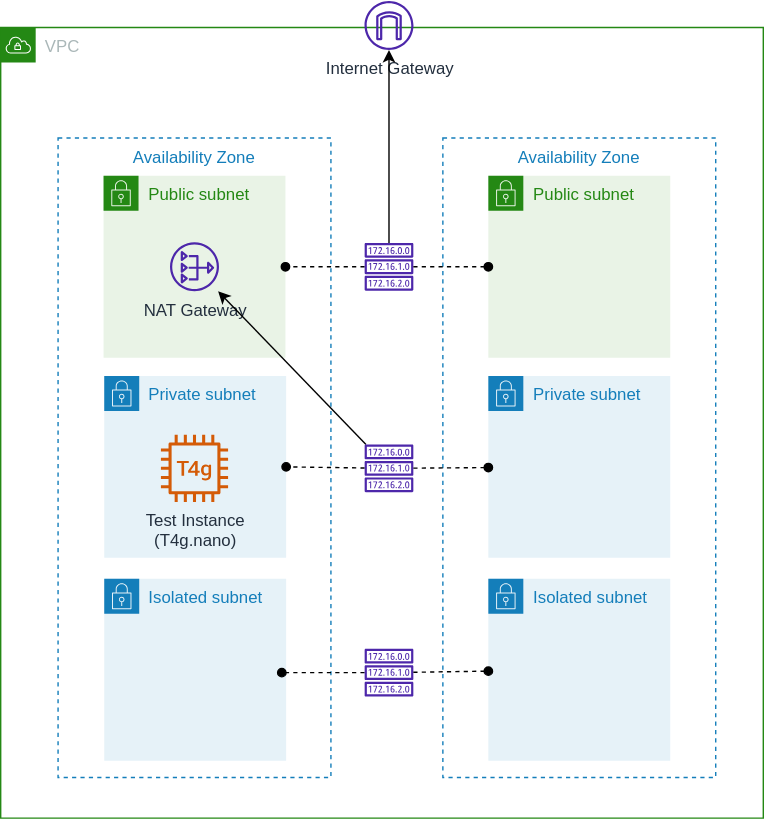
Before: usecases/vpc-with-natgw/overview.drawio.svg, a diagram exported from draw.io (ishiharatma/aws-cdk-cdp). Source tidied: cells renumbered, new cells last; positions are measured from the earlier drawing's top-left corner, leaving out a move shared by most shapes.
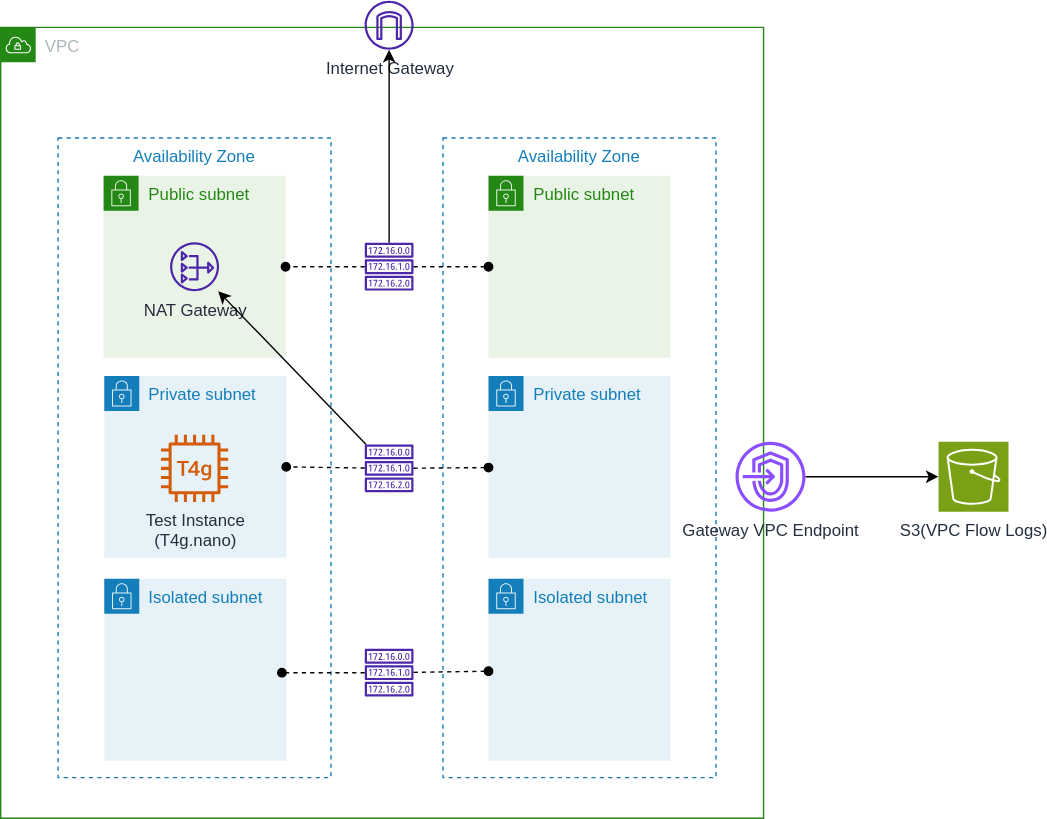
The same diagram one commit later.

Diff of the diagram source:
```diff
@@ -71,5 +71,14 @@
     <mxCell id="24" style="edgeStyle=none;html=1;strokeColor=#000000;startArrow=none;startFill=0;endArrow=classic;endFill=1;" parent="1" edge="1" source="11" target="23">
       <mxGeometry relative="1" as="geometry" />
     </mxCell>
+    <mxCell id="25" value="Gateway VPC Endpoint" style="sketch=0;outlineConnect=0;fontColor=#232F3E;gradientColor=none;fillColor=#8C4FFF;strokeColor=none;dashed=0;verticalLabelPosition=bottom;verticalAlign=top;align=center;html=1;fontSize=12;fontStyle=0;shape=mxgraph.aws4.endpoints;" parent="1" vertex="1">
+      <mxGeometry x="525" y="315" width="50" height="50" as="geometry" />
+    </mxCell>
+    <mxCell id="26" value="S3(VPC Flow Logs)" style="sketch=0;points=[[0,0,0],[0.25,0,0],[0.5,0,0],[0.75,0,0],[1,0,0],[0,1,0],[0.25,1,0],[0.5,1,0],[0.75,1,0],[1,1,0],[0,0.25,0],[0,0.5,0],[0,0.75,0],[1,0.25,0],[1,0.5,0],[1,0.75,0]];outlineConnect=0;fontColor=#232F3E;fillColor=#7AA116;strokeColor=#ffffff;dashed=0;verticalLabelPosition=bottom;verticalAlign=top;align=center;html=1;fontSize=12;fontStyle=0;shape=mxgraph.aws4.resourceIcon;resIcon=mxgraph.aws4.s3;" parent="1" vertex="1">
+      <mxGeometry x="670" y="315" width="50" height="50" as="geometry" />
+    </mxCell>
+    <mxCell id="27" style="edgeStyle=none;html=1;entryX=0;entryY=0.5;entryDx=0;entryDy=0;entryPerimeter=0;" parent="1" edge="1" source="25" target="26">
+      <mxGeometry relative="1" as="geometry" />
+    </mxCell>
   </root>
 </mxGraphModel>
```
